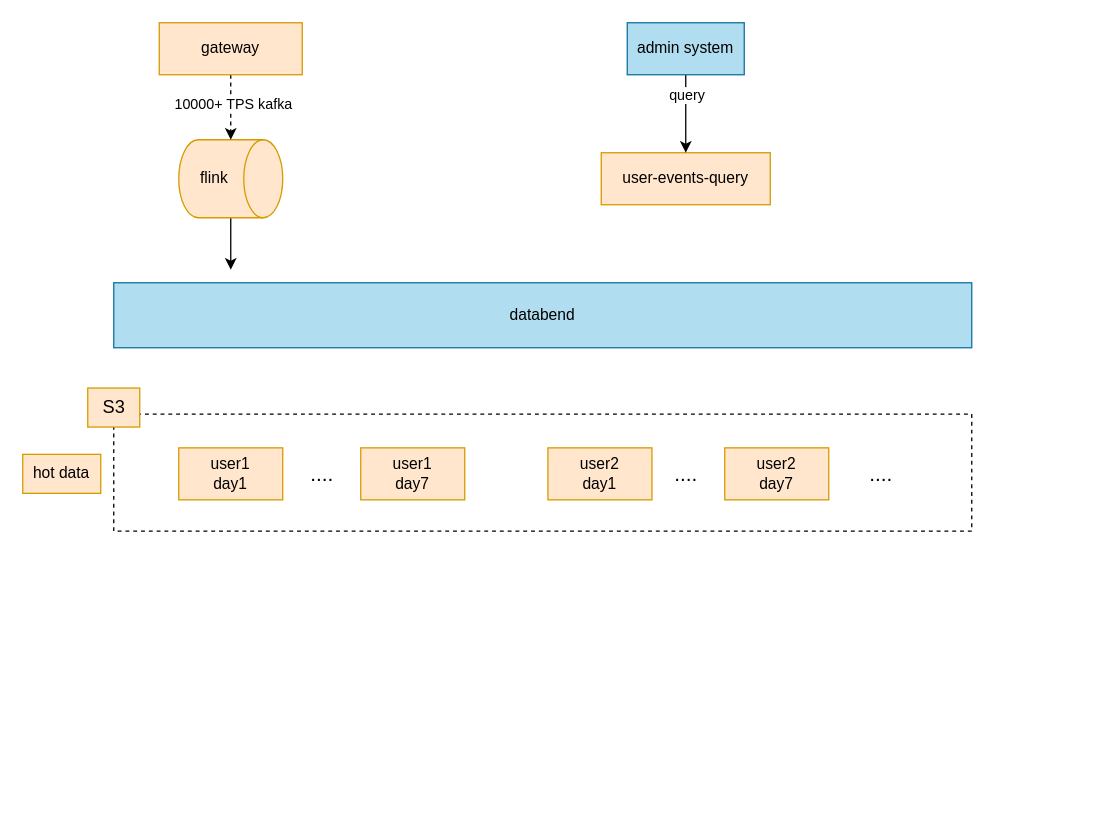
jackjoesh/databend keeps this draw.io diagram as page "第 2 页" (2 of 2) of doc/用户行为日志.drawio. Above is the earlier version. Source tidied: cells renumbered, new cells numbered last; positions are measured from the earlier drawing's top-left corner, leaving out a move shared by most shapes. Both pictures are drawn from the tidied source at 130%, with x=0, y=0 at pixel (22, 22).
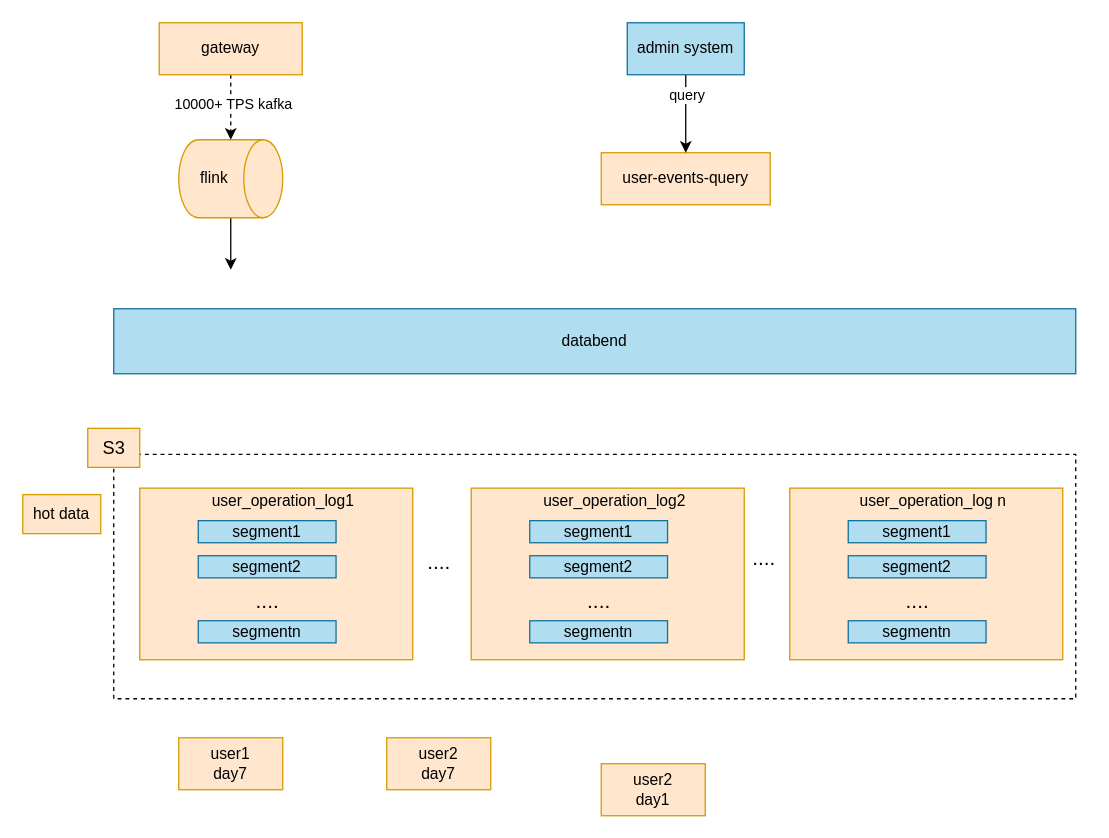
After the change.

Commit message:
更新用户行为日志.drawio

Diff of the diagram source:
```diff
@@
     <mxCell id="2" style="rounded=0;whiteSpace=wrap;html=1;dashed=1;" parent="1" vertex="1">
-      <mxGeometry x="70" y="301" width="660" height="90" as="geometry" />
+      <mxGeometry x="70" y="332" width="740" height="188" as="geometry" />
     </mxCell>
-    <mxCell id="3" value="user1&lt;br&gt;day1" style="rounded=0;whiteSpace=wrap;html=1;fillColor=#ffe6cc;strokeColor=#d79b00;" parent="1" vertex="1">
-      <mxGeometry x="120" y="327" width="80" height="40" as="geometry" />
+    <mxCell id="3" style="rounded=0;whiteSpace=wrap;html=1;fillColor=#ffe6cc;strokeColor=#d79b00;" parent="1" vertex="1">
+      <mxGeometry x="90" y="358" width="210" height="132" as="geometry" />
     </mxCell>
     <mxCell id="4" value="user1&lt;br&gt;day7" style="rounded=0;whiteSpace=wrap;html=1;fillColor=#ffe6cc;strokeColor=#d79b00;" parent="1" vertex="1">
-      <mxGeometry x="260" y="327" width="80" height="40" as="geometry" />
+      <mxGeometry x="120" y="550" width="80" height="40" as="geometry" />
     </mxCell>
     <mxCell id="5" value="user2&lt;br&gt;day1" style="rounded=0;whiteSpace=wrap;html=1;fillColor=#ffe6cc;strokeColor=#d79b00;" parent="1" vertex="1">
-      <mxGeometry x="404" y="327" width="80" height="40" as="geometry" />
+      <mxGeometry x="445" y="570" width="80" height="40" as="geometry" />
     </mxCell>
     <mxCell id="6" value="user2&lt;br&gt;day7" style="rounded=0;whiteSpace=wrap;html=1;fillColor=#ffe6cc;strokeColor=#d79b00;" parent="1" vertex="1">
-      <mxGeometry x="540" y="327" width="80" height="40" as="geometry" />
+      <mxGeometry x="280" y="550" width="80" height="40" as="geometry" />
     </mxCell>
     <mxCell id="7" value="hot data" style="rounded=0;whiteSpace=wrap;html=1;fillColor=#ffe6cc;strokeColor=#d79b00;" parent="1" vertex="1">
-      <mxGeometry y="332" width="60" height="30" as="geometry" />
+      <mxGeometry y="363" width="60" height="30" as="geometry" />
     </mxCell>
     <mxCell id="8" value="S3" style="text;html=1;align=center;verticalAlign=middle;fillColor=#ffe6cc;strokeColor=#d79b00;rounded=0;fontSize=14;" parent="1" vertex="1">
-      <mxGeometry x="50" y="281" width="40" height="30" as="geometry" />
+      <mxGeometry x="50" y="312" width="40" height="30" as="geometry" />
     </mxCell>
-    <mxCell id="9" value="...." style="text;html=1;align=center;verticalAlign=middle;fillColor=none;strokeColor=none;rounded=0;fontSize=16;" parent="1" vertex="1">
-      <mxGeometry x="210" y="332" width="40" height="30" as="geometry" />
-    </mxCell>
-    <mxCell id="10" value="...." style="text;html=1;align=center;verticalAlign=middle;fillColor=none;strokeColor=none;rounded=0;fontSize=16;" parent="1" vertex="1">
-      <mxGeometry x="490" y="332" width="40" height="30" as="geometry" />
-    </mxCell>
-    <mxCell id="11" value="...." style="text;html=1;align=center;verticalAlign=middle;fillColor=none;strokeColor=none;rounded=0;fontSize=16;" parent="1" vertex="1">
-      <mxGeometry x="640" y="332" width="40" height="30" as="geometry" />
-    </mxCell>
@@
     <mxCell id="22" value="databend" style="rounded=0;whiteSpace=wrap;html=1;fillColor=#b1ddf0;strokeColor=#10739e;" parent="1" vertex="1">
-      <mxGeometry x="70" y="200" width="660" height="50" as="geometry" />
+      <mxGeometry x="70" y="220" width="740" height="50" as="geometry" />
     </mxCell>
+    <mxCell id="23" value="user_operation_log1" style="text;html=1;align=center;verticalAlign=middle;fillColor=none;strokeColor=none;rounded=0;" parent="1" vertex="1">
+      <mxGeometry x="135" y="353" width="130" height="30" as="geometry" />
+    </mxCell>
+    <mxCell id="24" value="segment1" style="rounded=0;whiteSpace=wrap;html=1;fillColor=#b1ddf0;strokeColor=#10739e;" parent="1" vertex="1">
+      <mxGeometry x="135" y="383" width="106" height="17" as="geometry" />
+    </mxCell>
+    <mxCell id="25" value="segment2" style="rounded=0;whiteSpace=wrap;html=1;fillColor=#b1ddf0;strokeColor=#10739e;" parent="1" vertex="1">
+      <mxGeometry x="135" y="410" width="106" height="17" as="geometry" />
+    </mxCell>
+    <mxCell id="26" value="...." style="text;html=1;align=center;verticalAlign=middle;fillColor=none;strokeColor=none;rounded=0;fontSize=16;" parent="1" vertex="1">
+      <mxGeometry x="168" y="430" width="40" height="30" as="geometry" />
+    </mxCell>
+    <mxCell id="27" value="segmentn" style="rounded=0;whiteSpace=wrap;html=1;fillColor=#b1ddf0;strokeColor=#10739e;" parent="1" vertex="1">
+      <mxGeometry x="135" y="460" width="106" height="17" as="geometry" />
+    </mxCell>
+    <mxCell id="28" style="rounded=0;whiteSpace=wrap;html=1;fillColor=#ffe6cc;strokeColor=#d79b00;" parent="1" vertex="1">
+      <mxGeometry x="345" y="358" width="210" height="132" as="geometry" />
+    </mxCell>
+    <mxCell id="29" value="user_operation_log2" style="text;html=1;align=center;verticalAlign=middle;fillColor=none;strokeColor=none;rounded=0;" parent="1" vertex="1">
+      <mxGeometry x="390" y="353" width="130" height="30" as="geometry" />
+    </mxCell>
+    <mxCell id="30" value="segment1" style="rounded=0;whiteSpace=wrap;html=1;fillColor=#b1ddf0;strokeColor=#10739e;" parent="1" vertex="1">
+      <mxGeometry x="390" y="383" width="106" height="17" as="geometry" />
+    </mxCell>
+    <mxCell id="31" value="segment2" style="rounded=0;whiteSpace=wrap;html=1;fillColor=#b1ddf0;strokeColor=#10739e;" parent="1" vertex="1">
+      <mxGeometry x="390" y="410" width="106" height="17" as="geometry" />
+    </mxCell>
+    <mxCell id="32" value="...." style="text;html=1;align=center;verticalAlign=middle;fillColor=none;strokeColor=none;rounded=0;fontSize=16;" parent="1" vertex="1">
+      <mxGeometry x="423" y="430" width="40" height="30" as="geometry" />
+    </mxCell>
+    <mxCell id="33" value="segmentn" style="rounded=0;whiteSpace=wrap;html=1;fillColor=#b1ddf0;strokeColor=#10739e;" parent="1" vertex="1">
+      <mxGeometry x="390" y="460" width="106" height="17" as="geometry" />
+    </mxCell>
+    <mxCell id="34" style="rounded=0;whiteSpace=wrap;html=1;fillColor=#ffe6cc;strokeColor=#d79b00;" parent="1" vertex="1">
+      <mxGeometry x="590" y="358" width="210" height="132" as="geometry" />
+    </mxCell>
+    <mxCell id="35" value="user_operation_log n" style="text;html=1;align=center;verticalAlign=middle;fillColor=none;strokeColor=none;rounded=0;" parent="1" vertex="1">
+      <mxGeometry x="630" y="353" width="140" height="30" as="geometry" />
+    </mxCell>
+    <mxCell id="36" value="segment1" style="rounded=0;whiteSpace=wrap;html=1;fillColor=#b1ddf0;strokeColor=#10739e;" parent="1" vertex="1">
+      <mxGeometry x="635" y="383" width="106" height="17" as="geometry" />
+    </mxCell>
+    <mxCell id="37" value="segment2" style="rounded=0;whiteSpace=wrap;html=1;fillColor=#b1ddf0;strokeColor=#10739e;" parent="1" vertex="1">
+      <mxGeometry x="635" y="410" width="106" height="17" as="geometry" />
+    </mxCell>
+    <mxCell id="38" value="...." style="text;html=1;align=center;verticalAlign=middle;fillColor=none;strokeColor=none;rounded=0;fontSize=16;" parent="1" vertex="1">
+      <mxGeometry x="668" y="430" width="40" height="30" as="geometry" />
+    </mxCell>
+    <mxCell id="39" value="segmentn" style="rounded=0;whiteSpace=wrap;html=1;fillColor=#b1ddf0;strokeColor=#10739e;" parent="1" vertex="1">
+      <mxGeometry x="635" y="460" width="106" height="17" as="geometry" />
+    </mxCell>
+    <mxCell id="40" value="...." style="text;html=1;align=center;verticalAlign=middle;fillColor=none;strokeColor=none;rounded=0;fontSize=16;" parent="1" vertex="1">
+      <mxGeometry x="300" y="400" width="40" height="30" as="geometry" />
+    </mxCell>
+    <mxCell id="41" value="...." style="text;html=1;align=center;verticalAlign=middle;fillColor=none;strokeColor=none;rounded=0;fontSize=16;" parent="1" vertex="1">
+      <mxGeometry x="550" y="397" width="40" height="30" as="geometry" />
+    </mxCell>
```
